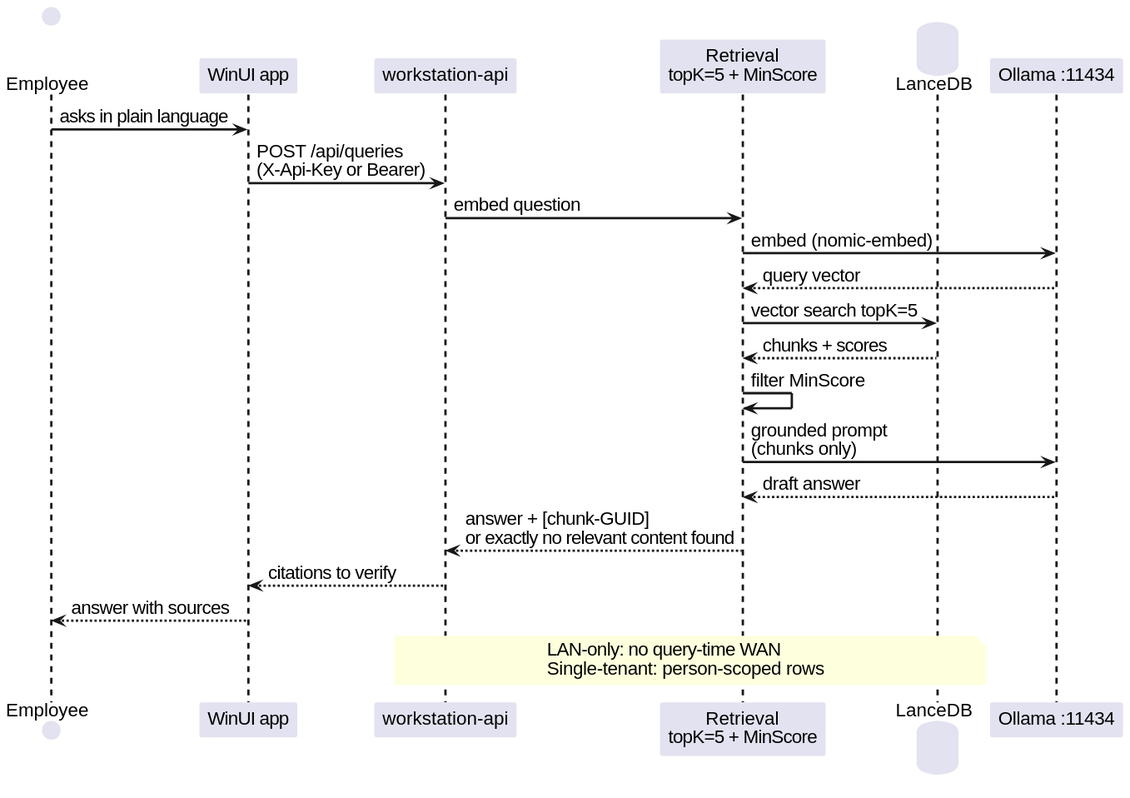
Before: docs/images/query-sequence.svg, a diagram exported from PlantUML (daskas-welt/raggit). Its source is kept beside it as docs/query-sequence.puml. Source of this version:
```plantuml
@startuml RAGGit Query Sequence
<style>
sequenceDiagram {
  lifeLine {
    LineColor #181818
    LineThickness 1.5
  }
}
</style>
skinparam defaultFontSize 16
skinparam sequenceArrowThickness 2

actor Employee as employee
participant "WinUI app" as app
participant "workstation-api" as api
participant "Retrieval\ntopK=5 + MinScore" as retrieval
database "LanceDB" as lancedb
participant "Ollama :11434" as ollama

employee -> app : asks in plain language
app -> api : POST /api/queries\n(X-Api-Key or Bearer)
api -> retrieval : embed question
retrieval -> ollama : embed (nomic-embed)
ollama --> retrieval : query vector
retrieval -> lancedb : vector search topK=5
lancedb --> retrieval : chunks + scores
retrieval -> retrieval : filter MinScore
retrieval -> ollama : grounded prompt\n(chunks only)
ollama --> retrieval : draft answer
retrieval --> api : answer + [chunk-GUID]\nor exactly no relevant content found
api --> app : citations to verify
app --> employee : answer with sources

note over api, lancedb : LAN-only: no query-time WAN\nSingle-tenant: person-scoped rows
@enduml
```
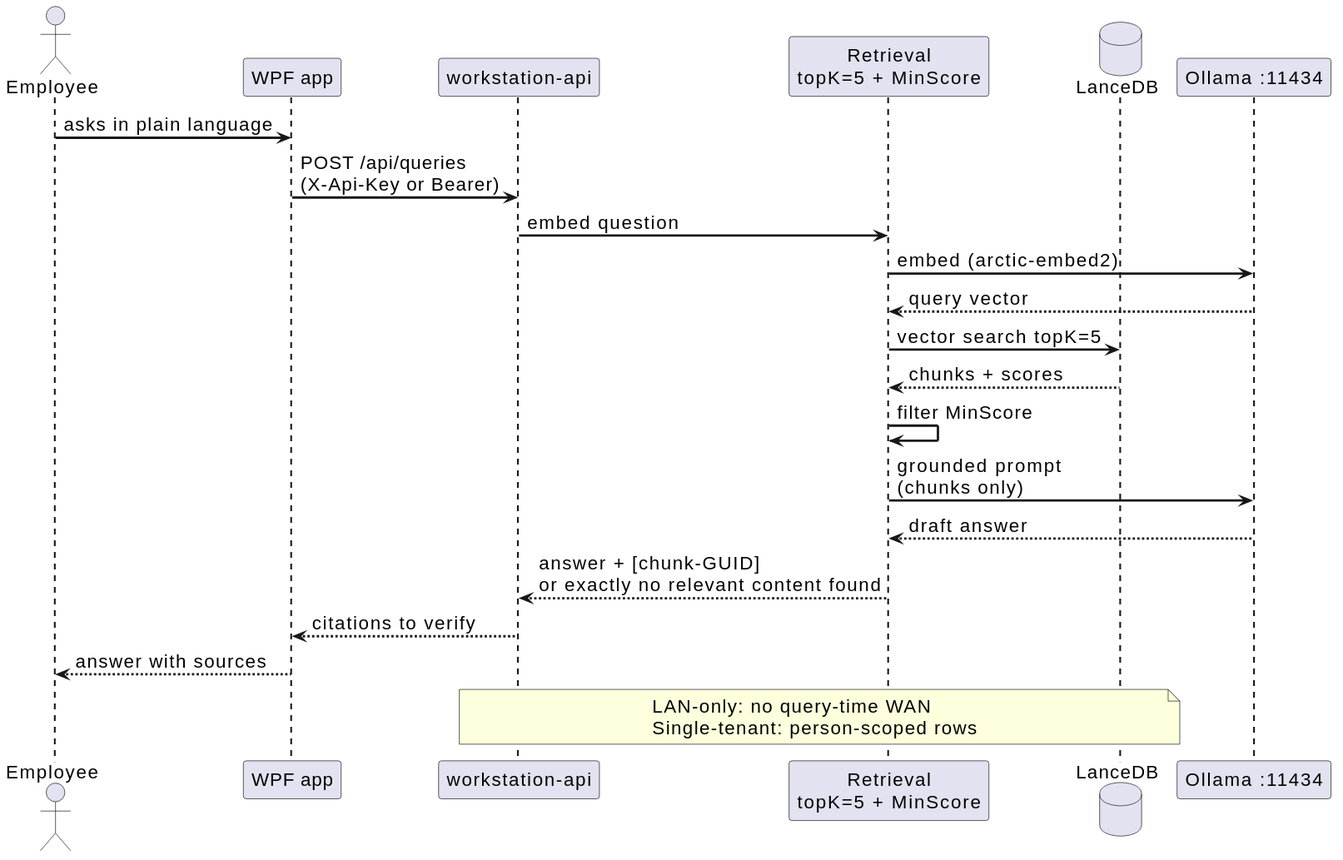
After the change.

Diff of the diagram source:
```diff
@@ -11,7 +11,7 @@
 skinparam sequenceArrowThickness 2
 
 actor Employee as employee
-participant "WinUI app" as app
+participant "WPF app" as app
 participant "workstation-api" as api
 participant "Retrieval\ntopK=5 + MinScore" as retrieval
 database "LanceDB" as lancedb
@@ -20,7 +20,7 @@
 employee -> app : asks in plain language
 app -> api : POST /api/queries\n(X-Api-Key or Bearer)
 api -> retrieval : embed question
-retrieval -> ollama : embed (nomic-embed)
+retrieval -> ollama : embed (arctic-embed2)
 ollama --> retrieval : query vector
 retrieval -> lancedb : vector search topK=5
 lancedb --> retrieval : chunks + scores
```
